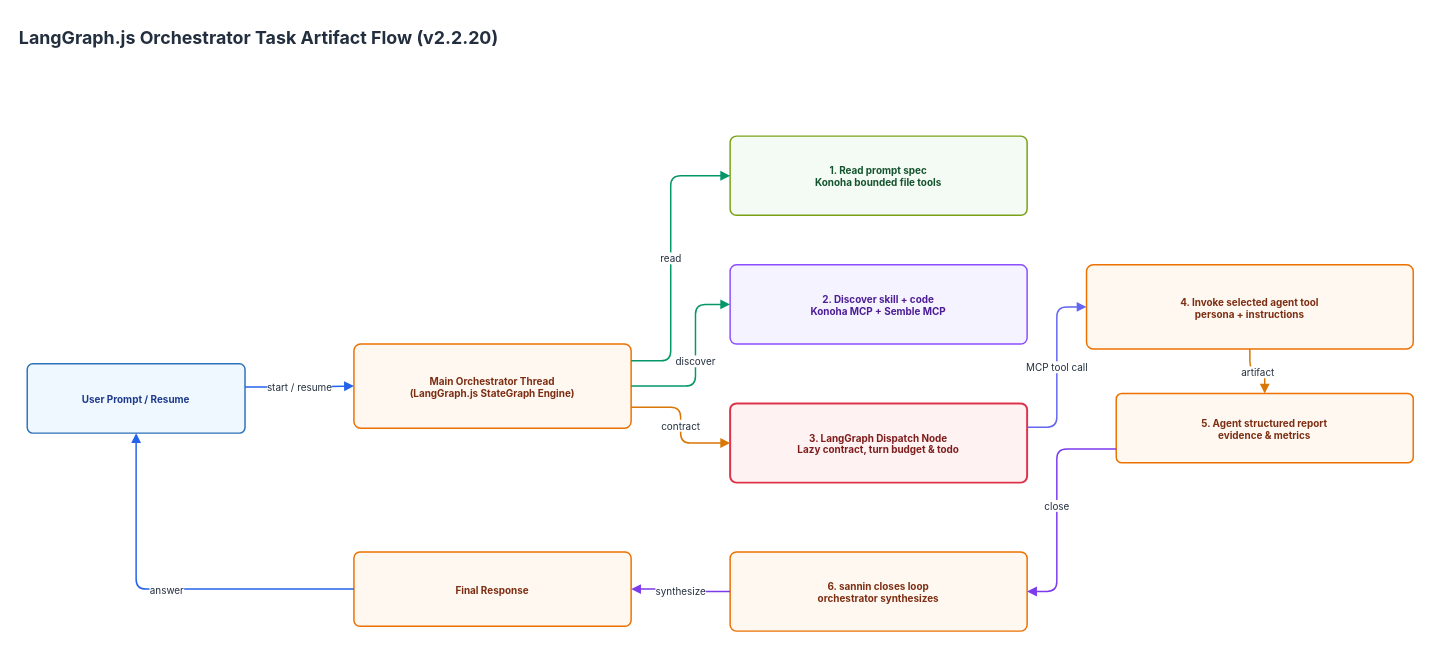
Above: page "08 Orchestrator Task Artifact Flow" (8 of 18) of docs/diagrams/konoha-infrastructure-architecture.drawio in andycungkrinx91/konoha (draw.io), before the change. Source tidied: cells renumbered, new cells numbered last; positions are measured from the earlier drawing's top-left corner, leaving out a move shared by most shapes. Both pictures are drawn from the tidied source at 99%, with x=0, y=0 at pixel (17, 17).
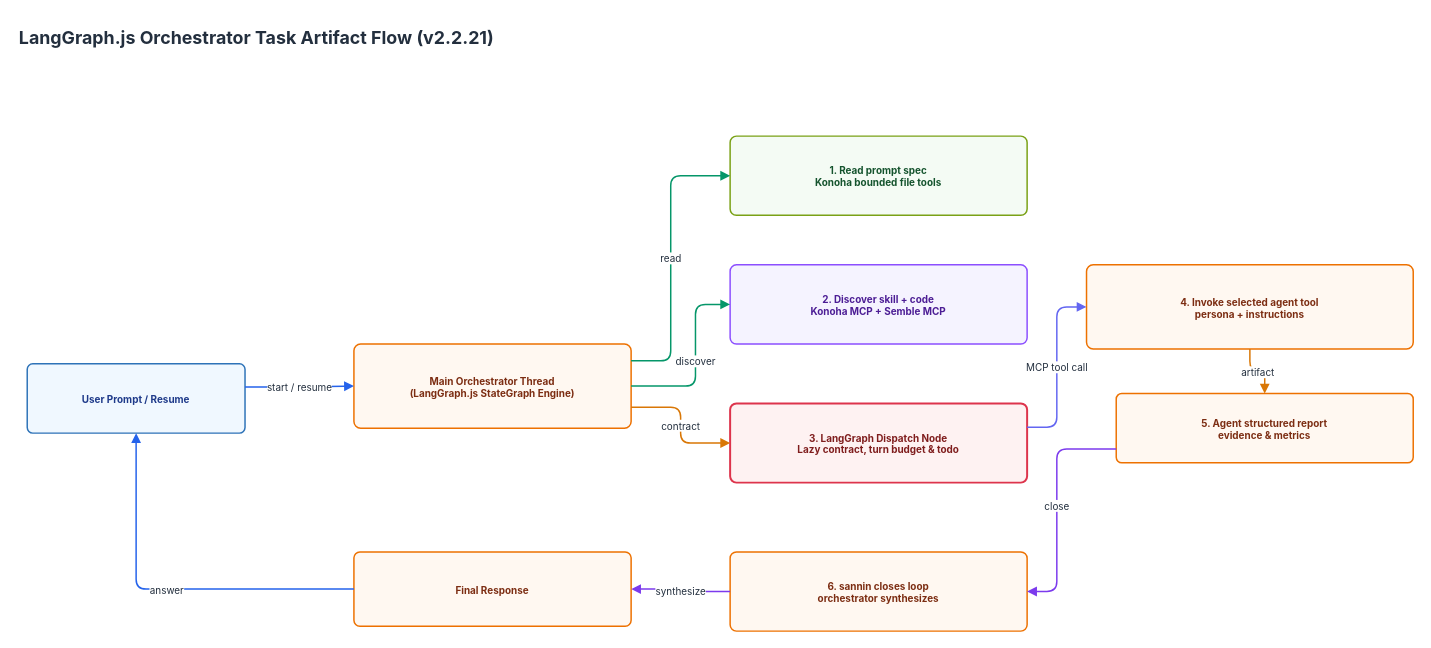
Above is the later version.

What changed in the source:
```diff
@@
-    <mxCell id="2" value="LangGraph.js Orchestrator Task Artifact Flow (v2.2.20)" style="text;html=1;strokeColor=none;fillColor=none;fontFamily=Inter, system-ui, -apple-system;fontSize=18;fontStyle=1;fontColor=#232F3E;align=left;verticalAlign=middle;" parent="1" vertex="1">
+    <mxCell id="2" value="LangGraph.js Orchestrator Task Artifact Flow (v2.2.21)" style="text;html=1;strokeColor=none;fillColor=none;fontFamily=Inter, system-ui, -apple-system;fontSize=18;fontStyle=1;fontColor=#232F3E;align=left;verticalAlign=middle;" parent="1" vertex="1">
       <mxGeometry width="900" height="40" as="geometry" />
     </mxCell>
```
